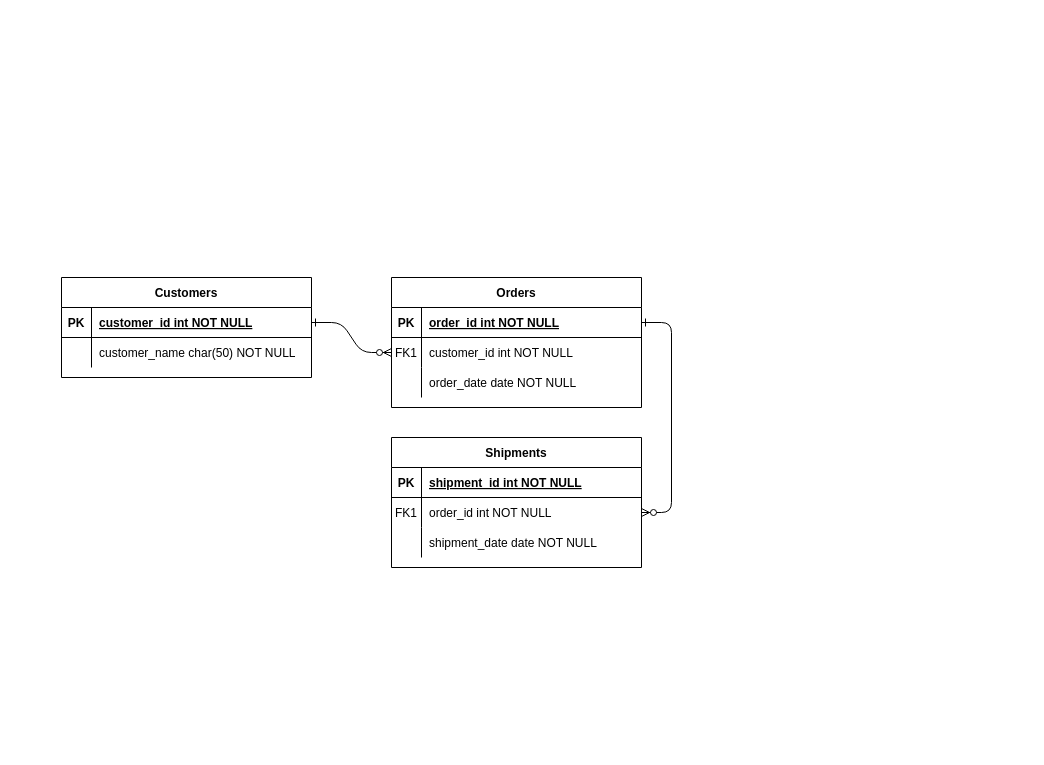
Earlier version of the draw.io diagram advisor.drawio (angelikakasia/SQL). Source tidied: cells renumbered, new cells numbered last; positions are measured from the earlier drawing's top-left corner, leaving out a move shared by most shapes. Both pictures are drawn from the tidied source at 100%, with x=0, y=0 at pixel (61, 277).
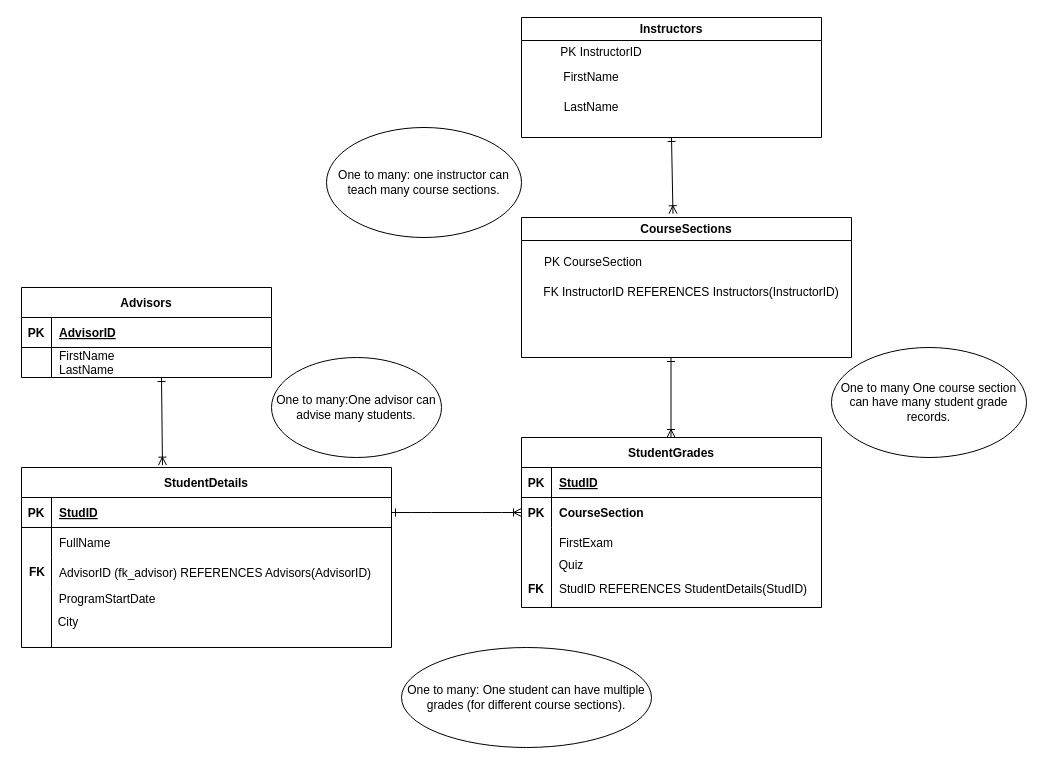
Above is the later version.

Unchanged cells that the change refers to:
```xml
<mxCell id="25" style="shape=partialRectangle;fillColor=none;points=[[0,0.5],[1,0.5]];portConstraint=eastwest;top=0;left=0;right=0;bottom=1;" parent="24" vertex="1">
  <mxGeometry y="30" width="250" height="30" as="geometry" />
</mxCell>
<mxCell id="28" style="shape=partialRectangle;fillColor=none;points=[[0,0.5],[1,0.5]];portConstraint=eastwest;top=0;left=0;right=0;bottom=0;" parent="24" vertex="1">
  <mxGeometry y="60" width="250" height="30" as="geometry" />
</mxCell>
```

What changed in the source:
```diff
@@
-    <mxCell id="2" style="edgeStyle=entityRelationEdgeStyle;endArrow=ERzeroToMany;startArrow=ERone;endFill=1;startFill=0;" parent="1" edge="1" source="25" target="8">
-      <mxGeometry relative="1" as="geometry" />
-    </mxCell>
-    <mxCell id="3" style="edgeStyle=entityRelationEdgeStyle;endArrow=ERzeroToMany;startArrow=ERone;endFill=1;startFill=0;" parent="1" edge="1" source="5" target="18">
+    <mxCell id="3" style="edgeStyle=entityRelationEdgeStyle;endArrow=ERoneToMany;startArrow=ERone;endFill=0;startFill=0;" parent="1" edge="1" source="5" target="18">
       <mxGeometry relative="1" as="geometry" />
     </mxCell>
-    <mxCell id="4" value="Orders" style="shape=table;startSize=30;childLayout=tableLayout;rowLines=0;fontStyle=1;align=center;" parent="1" vertex="1">
-      <mxGeometry x="330" width="250" height="130" as="geometry" />
+    <mxCell id="4" value="StudentDetails" style="shape=table;startSize=30;childLayout=tableLayout;rowLines=0;fontStyle=1;align=center;" parent="1" vertex="1">
+      <mxGeometry x="-40" y="190" width="370" height="180" as="geometry" />
     </mxCell>
     <mxCell id="5" style="shape=partialRectangle;fillColor=none;points=[[0,0.5],[1,0.5]];portConstraint=eastwest;top=0;left=0;right=0;bottom=1;" parent="4" vertex="1">
-      <mxGeometry y="30" width="250" height="30" as="geometry" />
+      <mxGeometry y="30" width="370" height="30" as="geometry" />
     </mxCell>
@@
-    <mxCell id="7" value="order_id int NOT NULL " style="shape=partialRectangle;overflow=hidden;fillColor=none;top=0;left=0;bottom=0;right=0;align=left;spacingLeft=6;fontStyle=5;" parent="5" vertex="1">
-      <mxGeometry x="30" width="220" height="30" as="geometry" />
+    <mxCell id="7" value="StudID" style="shape=partialRectangle;overflow=hidden;fillColor=none;top=0;left=0;bottom=0;right=0;align=left;spacingLeft=6;fontStyle=5;" parent="5" vertex="1">
+      <mxGeometry x="30" width="340" height="30" as="geometry" />
     </mxCell>
     <mxCell id="8" style="shape=partialRectangle;fillColor=none;points=[[0,0.5],[1,0.5]];portConstraint=eastwest;top=0;left=0;right=0;bottom=0;" parent="4" vertex="1">
-      <mxGeometry y="60" width="250" height="30" as="geometry" />
+      <mxGeometry y="60" width="370" height="30" as="geometry" />
     </mxCell>
-    <mxCell id="9" value="FK1" style="shape=partialRectangle;overflow=hidden;fillColor=none;top=0;left=0;bottom=0;right=0;" parent="8" vertex="1">
+    <mxCell id="9" style="shape=partialRectangle;overflow=hidden;fillColor=none;top=0;left=0;bottom=0;right=0;" parent="8" vertex="1">
       <mxGeometry width="30" height="30" as="geometry" />
     </mxCell>
-    <mxCell id="10" value="customer_id int NOT NULL" style="shape=partialRectangle;overflow=hidden;fillColor=none;top=0;left=0;bottom=0;right=0;align=left;spacingLeft=6;" parent="8" vertex="1">
-      <mxGeometry x="30" width="220" height="30" as="geometry" />
+    <mxCell id="10" value="FullName" style="shape=partialRectangle;overflow=hidden;fillColor=none;top=0;left=0;bottom=0;right=0;align=left;spacingLeft=6;" parent="8" vertex="1">
+      <mxGeometry x="30" width="340" height="30" as="geometry" />
     </mxCell>
     <mxCell id="11" style="shape=partialRectangle;fillColor=none;top=0;left=0;right=0;bottom=0;" parent="4" vertex="1">
-      <mxGeometry y="90" width="250" height="30" as="geometry" />
+      <mxGeometry y="90" width="370" height="30" as="geometry" />
     </mxCell>
@@
-    <mxCell id="13" value="order_date date NOT NULL" style="shape=partialRectangle;overflow=hidden;fillColor=none;top=0;left=0;bottom=0;right=0;align=left;spacingLeft=6;" parent="11" vertex="1">
-      <mxGeometry x="30" width="220" height="30" as="geometry" />
+    <mxCell id="13" value="AdvisorID (fk_advisor) REFERENCES Advisors(AdvisorID)" style="shape=partialRectangle;overflow=hidden;fillColor=none;top=0;left=0;bottom=0;right=0;align=left;spacingLeft=6;fontStyle=0;" parent="11" vertex="1">
+      <mxGeometry x="30" width="340" height="30" as="geometry" />
     </mxCell>
-    <mxCell id="14" value="Shipments" style="shape=table;startSize=30;childLayout=tableLayout;rowLines=0;fontStyle=1;align=center;" parent="1" vertex="1">
-      <mxGeometry x="330" y="160" width="250" height="130" as="geometry" />
+    <mxCell id="14" value="StudentGrades" style="shape=table;startSize=30;childLayout=tableLayout;rowLines=0;fontStyle=1;align=center;" parent="1" vertex="1">
+      <mxGeometry x="460" y="160" width="300" height="170" as="geometry" />
     </mxCell>
     <mxCell id="15" style="shape=partialRectangle;fillColor=none;top=0;left=0;right=0;bottom=1;" parent="14" vertex="1">
-      <mxGeometry y="30" width="250" height="30" as="geometry" />
+      <mxGeometry y="30" width="300" height="30" as="geometry" />
     </mxCell>
@@
-    <mxCell id="17" value="shipment_id int NOT NULL " style="shape=partialRectangle;overflow=hidden;fillColor=none;top=0;left=0;bottom=0;right=0;align=left;spacingLeft=6;fontStyle=5;" parent="15" vertex="1">
-      <mxGeometry x="30" width="220" height="30" as="geometry" />
+    <mxCell id="17" value="StudID" style="shape=partialRectangle;overflow=hidden;fillColor=none;top=0;left=0;bottom=0;right=0;align=left;spacingLeft=6;fontStyle=5;" parent="15" vertex="1">
+      <mxGeometry x="30" width="270" height="30" as="geometry" />
     </mxCell>
     <mxCell id="18" style="shape=partialRectangle;fillColor=none;points=[[0,0.5],[1,0.5]];portConstraint=eastwest;top=0;left=0;right=0;bottom=0;" parent="14" vertex="1">
-      <mxGeometry y="60" width="250" height="30" as="geometry" />
+      <mxGeometry y="60" width="300" height="30" as="geometry" />
     </mxCell>
-    <mxCell id="19" value="FK1" style="shape=partialRectangle;overflow=hidden;fillColor=none;top=0;left=0;bottom=0;right=0;" parent="18" vertex="1">
+    <mxCell id="19" value="PK" style="shape=partialRectangle;overflow=hidden;fillColor=none;top=0;left=0;bottom=0;right=0;fontStyle=1;" parent="18" vertex="1">
       <mxGeometry width="30" height="30" as="geometry" />
     </mxCell>
-    <mxCell id="20" value="order_id int NOT NULL" style="shape=partialRectangle;overflow=hidden;fillColor=none;top=0;left=0;bottom=0;right=0;align=left;spacingLeft=6;" parent="18" vertex="1">
-      <mxGeometry x="30" width="220" height="30" as="geometry" />
+    <mxCell id="20" value="CourseSection" style="shape=partialRectangle;overflow=hidden;fillColor=none;top=0;left=0;bottom=0;right=0;align=left;spacingLeft=6;fontStyle=1;" parent="18" vertex="1">
+      <mxGeometry x="30" width="270" height="30" as="geometry" />
     </mxCell>
     <mxCell id="21" style="shape=partialRectangle;fillColor=none;top=0;left=0;right=0;bottom=0;" parent="14" vertex="1">
-      <mxGeometry y="90" width="250" height="30" as="geometry" />
+      <mxGeometry y="90" width="300" height="30" as="geometry" />
     </mxCell>
@@
-    <mxCell id="23" value="shipment_date date NOT NULL" style="shape=partialRectangle;overflow=hidden;fillColor=none;top=0;left=0;bottom=0;right=0;align=left;spacingLeft=6;" parent="21" vertex="1">
-      <mxGeometry x="30" width="220" height="30" as="geometry" />
+    <mxCell id="23" value="FirstExam" style="shape=partialRectangle;overflow=hidden;fillColor=none;top=0;left=0;bottom=0;right=0;align=left;spacingLeft=6;" parent="21" vertex="1">
+      <mxGeometry x="30" width="270" height="30" as="geometry" />
     </mxCell>
-    <mxCell id="24" value="Customers" style="shape=table;startSize=30;childLayout=tableLayout;rowLines=0;fontStyle=1;align=center;" parent="1" vertex="1">
-      <mxGeometry width="250" height="100" as="geometry" />
+    <mxCell id="24" value="Advisors" style="shape=table;startSize=30;childLayout=tableLayout;rowLines=0;fontStyle=1;align=center;" parent="1" vertex="1">
+      <mxGeometry x="-40" y="10" width="250" height="90" as="geometry" />
     </mxCell>
@@
-    <mxCell id="27" value="customer_id int NOT NULL " style="shape=partialRectangle;overflow=hidden;fillColor=none;top=0;left=0;bottom=0;right=0;align=left;spacingLeft=6;fontStyle=5;" parent="25" vertex="1">
+    <mxCell id="27" value="AdvisorID" style="shape=partialRectangle;overflow=hidden;fillColor=none;top=0;left=0;bottom=0;right=0;align=left;spacingLeft=6;fontStyle=5;" parent="25" vertex="1">
       <mxGeometry x="30" width="220" height="30" as="geometry" />
     </mxCell>
@@
-    <mxCell id="30" value="customer_name char(50) NOT NULL" style="shape=partialRectangle;overflow=hidden;fillColor=none;top=0;left=0;bottom=0;right=0;align=left;spacingLeft=6;" parent="28" vertex="1">
+    <mxCell id="30" value="FirstName&#10;LastName" style="shape=partialRectangle;overflow=hidden;fillColor=none;top=0;left=0;bottom=0;right=0;align=left;spacingLeft=6;" parent="28" vertex="1">
       <mxGeometry x="30" width="220" height="30" as="geometry" />
     </mxCell>
+    <mxCell id="31" value="&lt;b&gt;FK&lt;/b&gt;" style="text;html=1;align=center;verticalAlign=middle;whiteSpace=wrap;rounded=0;" parent="1" vertex="1">
+      <mxGeometry x="-44" y="280" width="40" height="30" as="geometry" />
+    </mxCell>
+    <mxCell id="32" value="ProgramStartDate" style="text;html=1;align=center;verticalAlign=middle;whiteSpace=wrap;rounded=0;" parent="1" vertex="1">
+      <mxGeometry x="16" y="307" width="60" height="30" as="geometry" />
+    </mxCell>
+    <mxCell id="33" value="City" style="text;html=1;align=center;verticalAlign=middle;whiteSpace=wrap;rounded=0;" parent="1" vertex="1">
+      <mxGeometry x="-23" y="330" width="60" height="30" as="geometry" />
+    </mxCell>
+    <mxCell id="34" style="endArrow=none;html=1;rounded=0;" parent="1" edge="1">
+      <mxGeometry relative="1" as="geometry">
+        <mxPoint x="-10" y="370" as="sourcePoint" />
+        <mxPoint x="-10" y="310" as="targetPoint" />
+      </mxGeometry>
+    </mxCell>
+    <mxCell id="35" value="Quiz" style="text;html=1;align=center;verticalAlign=middle;whiteSpace=wrap;rounded=0;" parent="1" vertex="1">
+      <mxGeometry x="480" y="273" width="60" height="30" as="geometry" />
+    </mxCell>
+    <mxCell id="36" value="StudID REFERENCES StudentDetails(StudID)" style="text;html=1;align=center;verticalAlign=middle;whiteSpace=wrap;rounded=0;" parent="1" vertex="1">
+      <mxGeometry x="490" y="307" width="264" height="9" as="geometry" />
+    </mxCell>
+    <mxCell id="37" value="&lt;b&gt;FK&lt;/b&gt;" style="text;html=1;align=center;verticalAlign=middle;whiteSpace=wrap;rounded=0;" parent="1" vertex="1">
+      <mxGeometry x="445" y="296.5" width="60" height="30" as="geometry" />
+    </mxCell>
+    <mxCell id="38" style="endArrow=none;html=1;rounded=0;exitX=0.737;exitY=1.116;exitDx=0;exitDy=0;exitPerimeter=0;" parent="1" edge="1">
+      <mxGeometry relative="1" as="geometry">
+        <mxPoint x="490" y="330" as="sourcePoint" />
+        <mxPoint x="490" y="277" as="targetPoint" />
+      </mxGeometry>
+    </mxCell>
+    <mxCell id="39" style="endArrow=ERone;html=1;rounded=0;exitX=0.381;exitY=-0.013;exitDx=0;exitDy=0;exitPerimeter=0;endFill=0;startArrow=ERoneToMany;startFill=0;entryX=0.56;entryY=1;entryDx=0;entryDy=0;entryPerimeter=0;" parent="1" edge="1" source="4" target="28">
+      <mxGeometry relative="1" as="geometry" />
+    </mxCell>
+    <mxCell id="40" value="One to many:One advisor can advise many students." style="ellipse;whiteSpace=wrap;html=1;" parent="1" vertex="1">
+      <mxGeometry x="210" y="80" width="170" height="100" as="geometry" />
+    </mxCell>
+    <mxCell id="41" value="One to many: One student can have multiple grades (for different course sections)." style="ellipse;whiteSpace=wrap;html=1;" parent="1" vertex="1">
+      <mxGeometry x="340" y="370" width="250" height="100" as="geometry" />
+    </mxCell>
+    <mxCell id="42" value="Instructors" style="swimlane;whiteSpace=wrap;html=1;" parent="1" vertex="1">
+      <mxGeometry x="460" y="-260" width="300" height="120" as="geometry" />
+    </mxCell>
+    <mxCell id="43" value="PK InstructorID" style="text;html=1;align=center;verticalAlign=middle;whiteSpace=wrap;rounded=0;" parent="42" vertex="1">
+      <mxGeometry x="10" y="20" width="140" height="30" as="geometry" />
+    </mxCell>
+    <mxCell id="44" value="FirstName" style="text;html=1;align=center;verticalAlign=middle;whiteSpace=wrap;rounded=0;" parent="42" vertex="1">
+      <mxGeometry x="40" y="45" width="60" height="30" as="geometry" />
+    </mxCell>
+    <mxCell id="45" value="LastName" style="text;html=1;align=center;verticalAlign=middle;whiteSpace=wrap;rounded=0;" parent="42" vertex="1">
+      <mxGeometry x="40" y="75" width="60" height="30" as="geometry" />
+    </mxCell>
+    <mxCell id="46" value="CourseSections" style="swimlane;whiteSpace=wrap;html=1;startSize=23;" parent="1" vertex="1">
+      <mxGeometry x="460" y="-60" width="330" height="140" as="geometry" />
+    </mxCell>
+    <mxCell id="47" value="PK CourseSection" style="text;html=1;align=center;verticalAlign=middle;whiteSpace=wrap;rounded=0;" parent="46" vertex="1">
+      <mxGeometry x="7" y="30" width="130" height="30" as="geometry" />
+    </mxCell>
+    <mxCell id="48" value="FK InstructorID REFERENCES Instructors(InstructorID)" style="text;html=1;align=center;verticalAlign=middle;whiteSpace=wrap;rounded=0;" parent="46" vertex="1">
+      <mxGeometry x="20" y="60" width="300" height="30" as="geometry" />
+    </mxCell>
+    <mxCell id="49" style="endArrow=ERone;html=1;rounded=0;exitX=0.459;exitY=-0.027;exitDx=0;exitDy=0;startArrow=ERoneToMany;startFill=0;endFill=0;exitPerimeter=0;" parent="1" edge="1" source="46">
+      <mxGeometry relative="1" as="geometry">
+        <mxPoint x="610" y="-140" as="targetPoint" />
+      </mxGeometry>
+    </mxCell>
+    <mxCell id="50" style="endArrow=ERone;html=1;rounded=0;exitX=0.5;exitY=0;exitDx=0;exitDy=0;startArrow=ERoneToMany;startFill=0;endFill=0;" parent="1" edge="1">
+      <mxGeometry relative="1" as="geometry">
+        <mxPoint x="609.5" y="160" as="sourcePoint" />
+        <mxPoint x="609.5" y="80" as="targetPoint" />
+      </mxGeometry>
+    </mxCell>
+    <mxCell id="51" value="One to many: one instructor can teach many course sections." style="ellipse;whiteSpace=wrap;html=1;" parent="1" vertex="1">
+      <mxGeometry x="265" y="-150" width="195" height="110" as="geometry" />
+    </mxCell>
+    <mxCell id="52" value="One to many One course section can have many student grade records." style="ellipse;whiteSpace=wrap;html=1;" parent="1" vertex="1">
+      <mxGeometry x="770" y="70" width="195" height="110" as="geometry" />
+    </mxCell>
```
